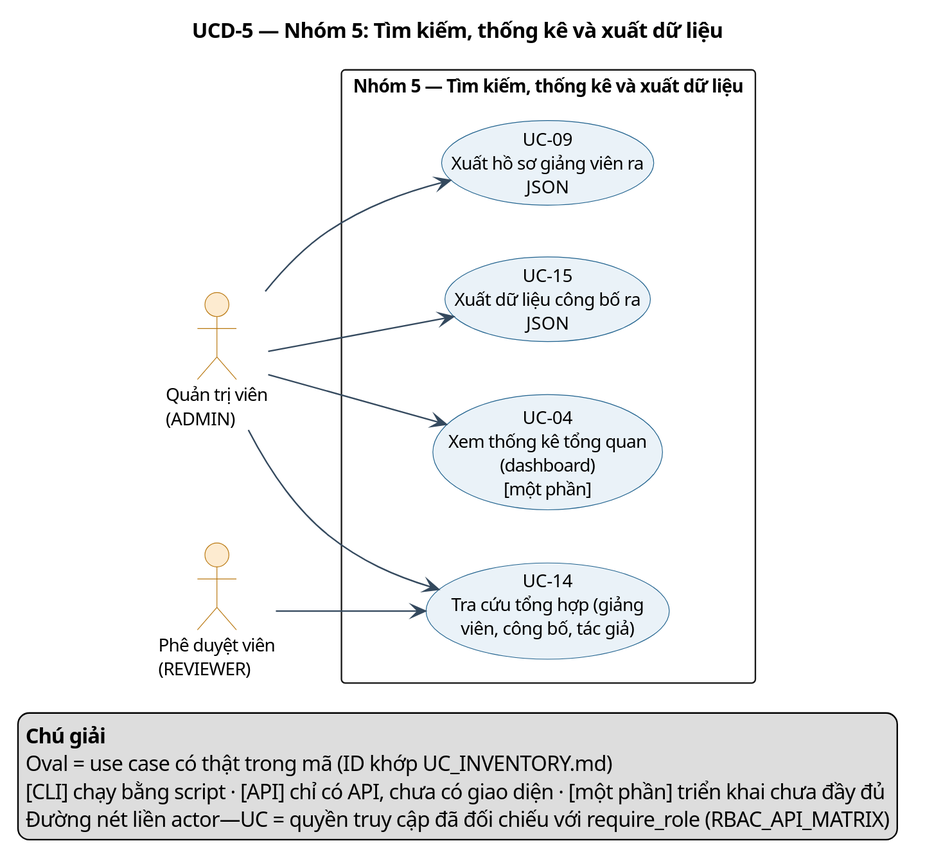
qhun22/Scopus-Ictu keeps this PlantUML diagram as docs/design/usecase/diagrams/render/UCD-5_tim_kiem_thong_ke_xuat.svg. Above is the earlier version.
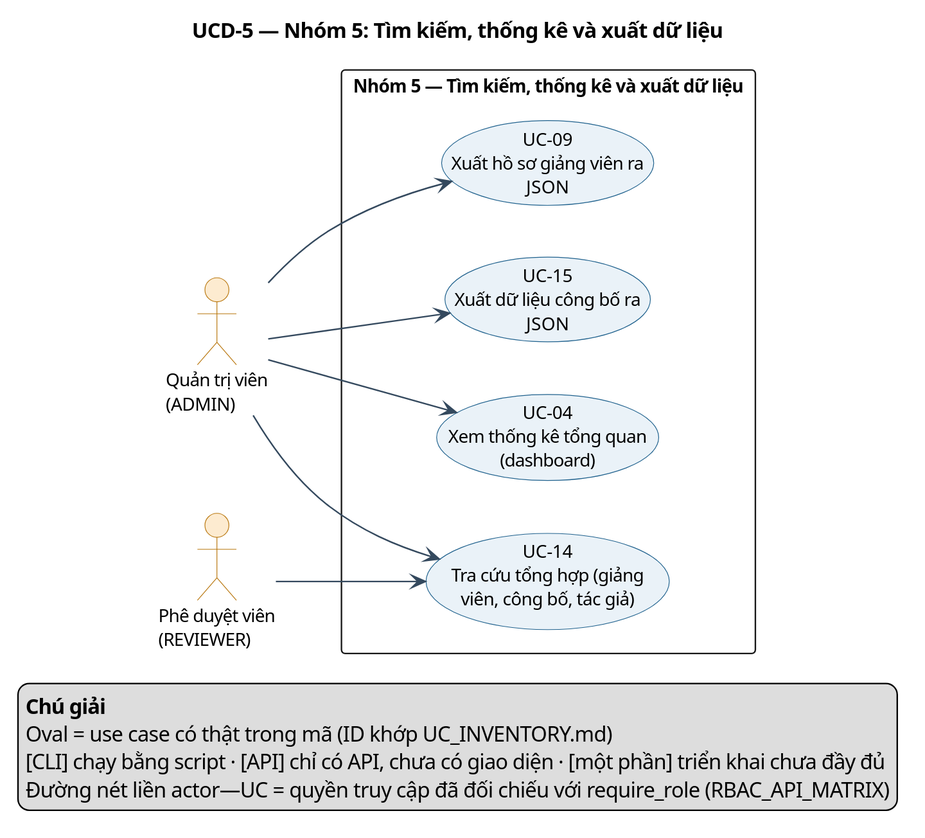
After the commit.

The edit, as a diff of the source:
```diff
@@ -24,7 +24,7 @@
 
 rectangle "Nhóm 5 — Tìm kiếm, thống kê và xuất dữ liệu" {
   usecase "UC-14\nTra cứu tổng hợp (giảng\nviên, công bố, tác giả)" as UC14
-  usecase "UC-04\nXem thống kê tổng quan\n(dashboard)\n[một phần]" as UC04
+  usecase "UC-04\nXem thống kê tổng quan\n(dashboard)" as UC04
   usecase "UC-15\nXuất dữ liệu công bố ra\nJSON" as UC15
   usecase "UC-09\nXuất hồ sơ giảng viên ra\nJSON" as UC09
 }
```
